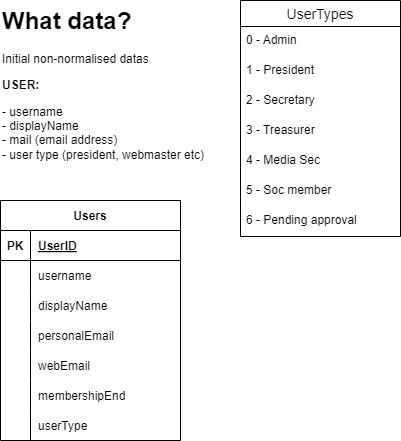
matthew-townson/Open-Societyware keeps this draw.io diagram as documentation/diagrams/data design/exported/er-diagram.png. Above is the earlier version. Source tidied: cells renumbered, new cells last; positions are measured from the earlier drawing's top-left corner, leaving out a move shared by most shapes.
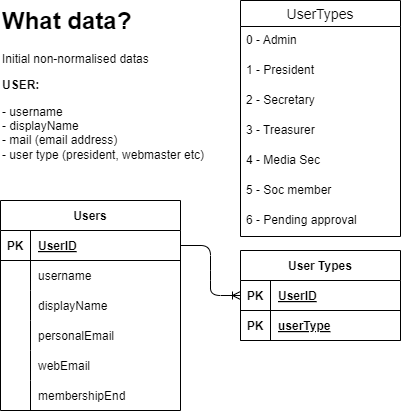
Above is the later version.

Commit message:
quick update to er diagram

needs changing really

What changed in the source:
```diff
@@ -6,7 +6,7 @@
       <mxGeometry width="270" height="260" as="geometry" />
     </mxCell>
     <mxCell id="3" value="Users" style="shape=table;startSize=30;rowLines=0;fontStyle=1;align=center;" parent="1" vertex="1">
-      <mxGeometry y="200" width="180" height="240" as="geometry" />
+      <mxGeometry y="200" width="180" height="210" as="geometry" />
     </mxCell>
     <mxCell id="4" style="shape=tableRow;horizontal=0;startSize=0;swimlaneHead=0;swimlaneBody=0;fillColor=none;points=[[0,0.5],[1,0.5]];portConstraint=eastwest;top=0;left=0;right=0;bottom=1;" parent="3" vertex="1">
       <mxGeometry y="30" width="180" height="30" as="geometry" />
@@ -62,15 +62,6 @@
     <mxCell id="21" value="membershipEnd" style="shape=partialRectangle;fillColor=none;top=0;left=0;bottom=0;right=0;align=left;spacingLeft=6;overflow=hidden;" parent="19" vertex="1">
       <mxGeometry x="30" width="150" height="30" as="geometry" />
     </mxCell>
-    <mxCell id="22" style="shape=tableRow;horizontal=0;startSize=0;swimlaneHead=0;swimlaneBody=0;fillColor=none;top=0;left=0;right=0;bottom=0;" parent="3" vertex="1">
-      <mxGeometry y="210" width="180" height="30" as="geometry" />
-    </mxCell>
-    <mxCell id="23" style="shape=partialRectangle;fillColor=none;top=0;left=0;bottom=0;right=0;overflow=hidden;" parent="22" vertex="1">
-      <mxGeometry width="30" height="30" as="geometry" />
-    </mxCell>
-    <mxCell id="24" value="userType" style="shape=partialRectangle;fillColor=none;top=0;left=0;bottom=0;right=0;align=left;spacingLeft=6;overflow=hidden;" parent="22" vertex="1">
-      <mxGeometry x="30" width="150" height="30" as="geometry" />
-    </mxCell>
     <mxCell id="25" style="shape=partialRectangle;fillColor=none;top=0;left=0;bottom=0;right=0;overflow=hidden;" parent="1" vertex="1">
       <mxGeometry y="350" width="30" height="30" as="geometry" />
     </mxCell>
@@ -98,5 +89,29 @@
     <mxCell id="33" value="6 - Pending approval" style="text;strokeColor=none;fillColor=none;spacingLeft=4;spacingRight=4;overflow=hidden;fontSize=12;" parent="26" vertex="1">
       <mxGeometry y="206" width="160" height="30" as="geometry" />
     </mxCell>
+    <mxCell id="34" value="User Types" style="shape=table;startSize=30;rowLines=0;fontStyle=1;align=center;" parent="1" vertex="1">
+      <mxGeometry x="240" y="250" width="160" height="90" as="geometry" />
+    </mxCell>
+    <mxCell id="35" style="shape=tableRow;horizontal=0;startSize=0;swimlaneHead=0;swimlaneBody=0;fillColor=none;points=[[0,0.5],[1,0.5]];portConstraint=eastwest;top=0;left=0;right=0;bottom=1;" parent="34" vertex="1">
+      <mxGeometry y="30" width="160" height="30" as="geometry" />
+    </mxCell>
+    <mxCell id="36" value="PK" style="shape=partialRectangle;fillColor=none;top=0;left=0;bottom=0;right=0;fontStyle=1;overflow=hidden;" parent="35" vertex="1">
+      <mxGeometry width="30" height="30" as="geometry" />
+    </mxCell>
+    <mxCell id="37" value="UserID" style="shape=partialRectangle;fillColor=none;top=0;left=0;bottom=0;right=0;align=left;spacingLeft=6;fontStyle=5;overflow=hidden;" parent="35" vertex="1">
+      <mxGeometry x="30" width="130" height="30" as="geometry" />
+    </mxCell>
+    <mxCell id="38" style="shape=tableRow;horizontal=0;startSize=0;swimlaneHead=0;swimlaneBody=0;fillColor=none;top=0;left=0;right=0;bottom=1;" parent="34" vertex="1">
+      <mxGeometry y="60" width="160" height="30" as="geometry" />
+    </mxCell>
+    <mxCell id="39" value="PK" style="shape=partialRectangle;fillColor=none;top=0;left=0;bottom=0;right=0;fontStyle=1;overflow=hidden;" parent="38" vertex="1">
+      <mxGeometry width="30" height="30" as="geometry" />
+    </mxCell>
+    <mxCell id="24" value="userType" style="shape=partialRectangle;fillColor=none;top=0;left=0;bottom=0;right=0;align=left;spacingLeft=6;fontStyle=5;overflow=hidden;" parent="38" vertex="1">
+      <mxGeometry x="30" width="130" height="30" as="geometry" />
+    </mxCell>
+    <mxCell id="40" style="edgeStyle=entityRelationEdgeStyle;fontSize=12;html=1;endArrow=ERoneToMany;entryX=0;entryY=0.5;entryDx=0;entryDy=0;exitX=1;exitY=0.5;exitDx=0;exitDy=0;" parent="1" edge="1" source="4" target="35">
+      <mxGeometry relative="1" as="geometry" />
+    </mxCell>
   </root>
 </mxGraphModel>
```
